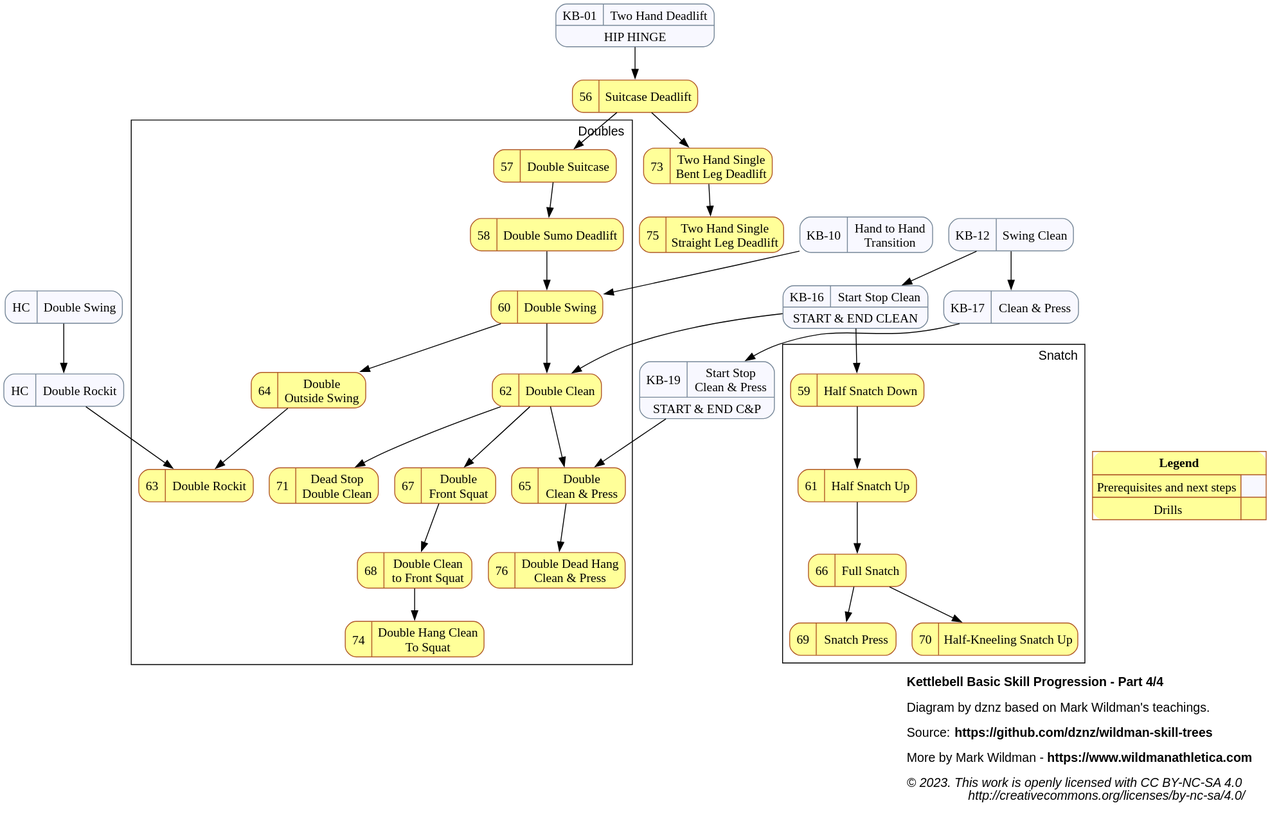
The PlantUML diagram dist/kb_progression_4.svg in dznz/wildman-skill-trees, before a commit. Its source is kept beside it as src/kb/kb_progression_4.puml.
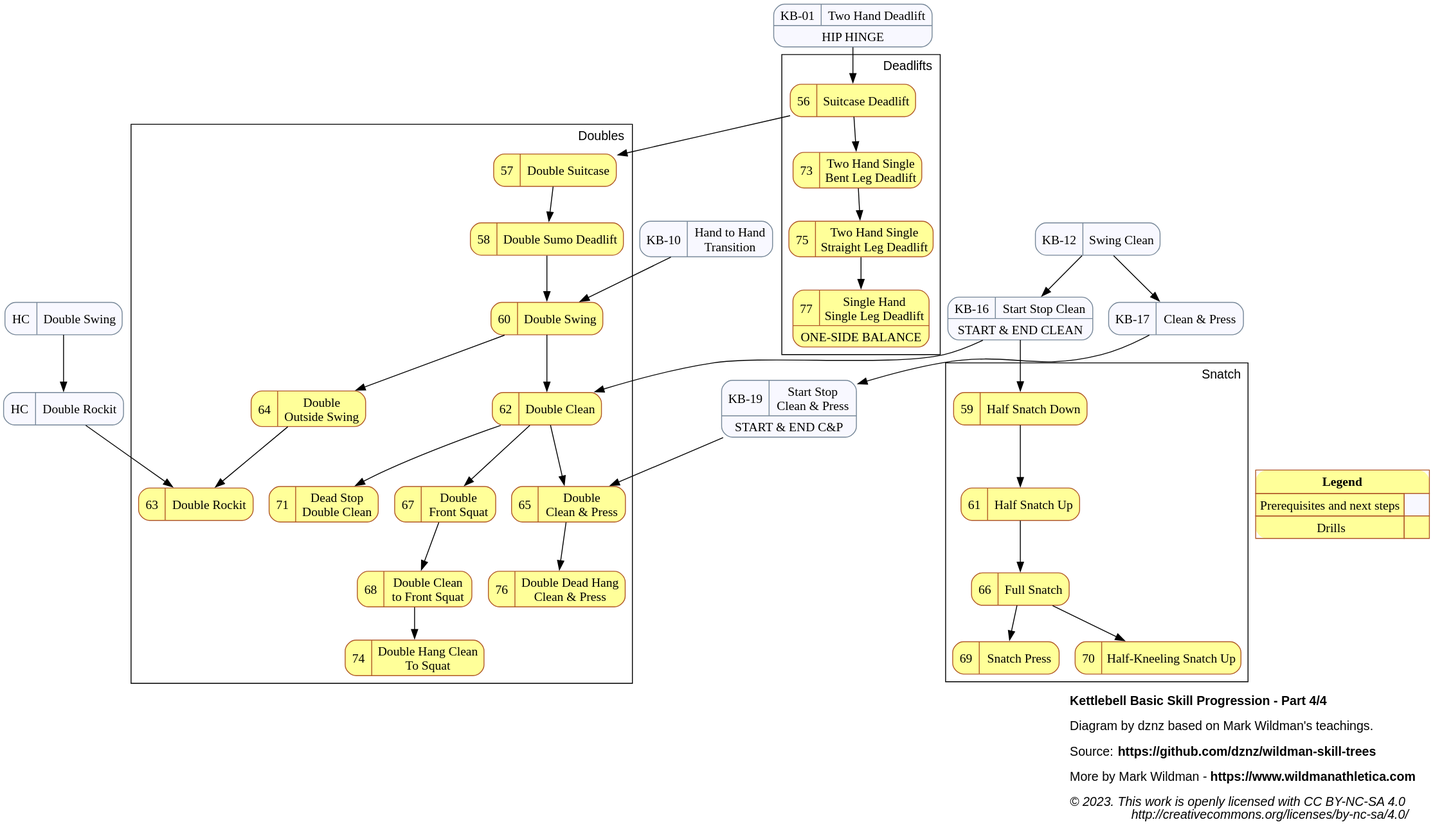
Above is the later version.

Diff of the diagram source:
```diff
@@ -51,10 +51,11 @@
   mov_70_kneelsnatchup      [label="{{70|Half-Kneeling Snatch Up}}"           URL="https://www.youtube.com/watch?v=1_UrK5SopL4"];
   mov_71_deaddblclean       [label="{{71|Dead Stop\nDouble Clean}}"           URL="https://www.youtube.com/watch?v=22bKQqMqAQY"];
   // 72|Deck Squat is in part 3
-  mov_73_2hsbldl            [label="{{73|Two Hand Single\nBent Leg Deadlift}}"     URL="https://www.youtube.com/watch?v=-RD1qqe7P8M"];
-  mov_74_dblhangclean2squat [label="{{74|Double Hang Clean\nTo Squat}}"            URL="https://www.youtube.com/watch?v=SdPEkv56Lt8"];
-  mov_75_2hssldl            [label="{{75|Two Hand Single\nStraight Leg Deadlift}}" URL="https://www.youtube.com/watch?v=tMt2hzfFGzo"];
-  mov_76_dblhangcap         [label="{{76|Double Dead Hang\nClean & Press}}"        URL="https://www.youtube.com/watch?v=ieDA4V9WGNQ"];
+  mov_73_2hsbldl            [label="{{73|Two Hand Single\nBent Leg Deadlift}}"                URL="https://www.youtube.com/watch?v=-RD1qqe7P8M"];
+  mov_74_dblhangclean2squat [label="{{74|Double Hang Clean\nTo Squat}}"                       URL="https://www.youtube.com/watch?v=SdPEkv56Lt8"];
+  mov_75_2hssldl            [label="{{75|Two Hand Single\nStraight Leg Deadlift}}"            URL="https://www.youtube.com/watch?v=tMt2hzfFGzo"];
+  mov_76_dblhangcap         [label="{{76|Double Dead Hang\nClean & Press}}"                   URL="https://www.youtube.com/watch?v=ieDA4V9WGNQ"];
+  mov_77_shsldl             [label="{{77|Single Hand\nSingle Leg Deadlift}|ONE-SIDE BALANCE}" URL="https://www.youtube.com/watch?v=1K4hgXfUinU"];
 
   // Precursor dependencies
   ext_hc_dblswing -> ext_hc_dblrockit;
@@ -73,8 +74,12 @@
 
   // Ungrouped drills
   mov_56_suitcasedl -> mov_57_dblsuitcase;
-  mov_56_suitcasedl -> mov_73_2hsbldl;
-  mov_73_2hsbldl -> mov_75_2hssldl;
+
+  subgraph cluster_deadlift {
+    label="Deadlifts"
+    mov_56_suitcasedl -> mov_73_2hsbldl;
+    mov_73_2hsbldl -> mov_75_2hssldl -> mov_77_shsldl;
+  }
 
   subgraph cluster_double {
     label="Doubles"
```
